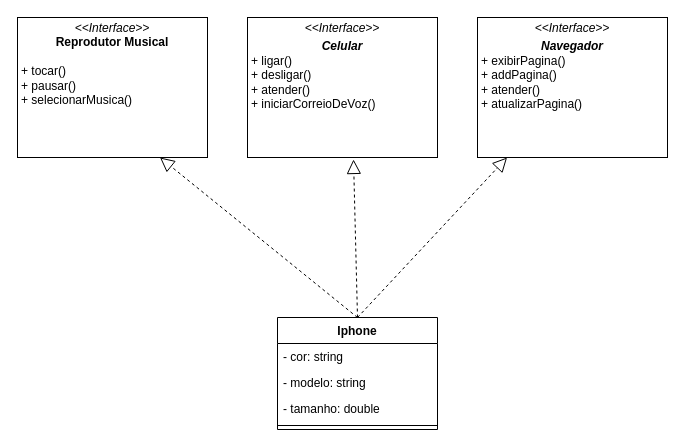
Earlier version of the draw.io diagram uml/ifhone.drawio (claudio-sr/ifhone-uml-dio). Source tidied: cells renumbered, new cells numbered last; positions are measured from the earlier drawing's top-left corner, leaving out a move shared by most shapes. Both pictures are drawn from the tidied source at 100%, with x=0, y=0 at pixel (17, 17).
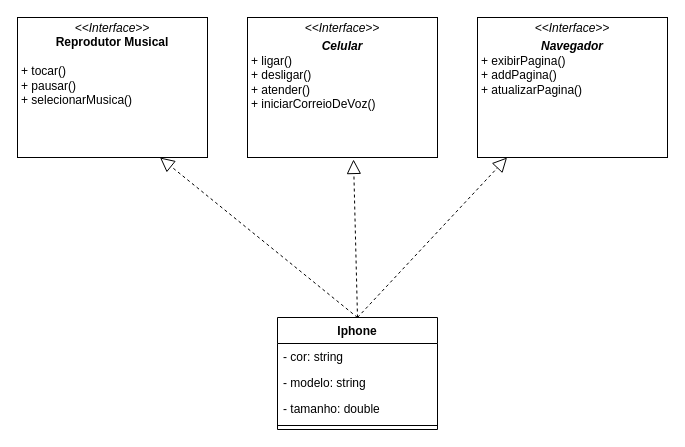
The same page after the edit.

Commit message (it also covers changes not shown here):
add uml img

What changed in the source:
```diff
@@
 <mxGraphModel>
   <root>
     <mxCell id="0" />
     <mxCell id="1" parent="0" />
     <mxCell id="2" value="&lt;p style=&quot;margin:0px;margin-top:4px;text-align:center;&quot;&gt;&lt;i&gt;&amp;lt;&amp;lt;Interface&amp;gt;&amp;gt;&lt;/i&gt;&lt;br&gt;&lt;b&gt;Reprodutor Musical&lt;/b&gt;&lt;/p&gt;&lt;p style=&quot;margin:0px;margin-left:4px;&quot;&gt;&lt;br&gt;&lt;/p&gt;&lt;p style=&quot;margin:0px;margin-left:4px;&quot;&gt;+ tocar()&lt;br&gt;+ pausar()&lt;/p&gt;&lt;p style=&quot;margin:0px;margin-left:4px;&quot;&gt;+ selecionarMusica()&lt;/p&gt;" style="verticalAlign=top;align=left;overflow=fill;fontSize=12;fontFamily=Helvetica;html=1;" parent="1" vertex="1">
       <mxGeometry width="190" height="140" as="geometry" />
     </mxCell>
     <mxCell id="3" value="&lt;p style=&quot;margin:0px;margin-top:4px;text-align:center;&quot;&gt;&lt;i&gt;&amp;lt;&amp;lt;Interface&amp;gt;&amp;gt;&lt;/i&gt;&lt;br&gt;&lt;/p&gt;&lt;p style=&quot;margin:0px;margin-top:4px;text-align:center;&quot;&gt;&lt;b&gt;&lt;i&gt;Celular&lt;/i&gt;&lt;/b&gt;&lt;/p&gt;&lt;p style=&quot;margin:0px;margin-left:4px;&quot;&gt;+ ligar()&lt;br&gt;+ desligar()&lt;/p&gt;&lt;p style=&quot;margin:0px;margin-left:4px;&quot;&gt;+ atender()&lt;/p&gt;&lt;p style=&quot;margin:0px;margin-left:4px;&quot;&gt;+ iniciarCorreioDeVoz()&lt;/p&gt;" style="verticalAlign=top;align=left;overflow=fill;fontSize=12;fontFamily=Helvetica;html=1;" parent="1" vertex="1">
       <mxGeometry x="230" width="190" height="140" as="geometry" />
     </mxCell>
-    <mxCell id="4" value="&lt;p style=&quot;margin:0px;margin-top:4px;text-align:center;&quot;&gt;&lt;i&gt;&amp;lt;&amp;lt;Interface&amp;gt;&amp;gt;&lt;/i&gt;&lt;br&gt;&lt;/p&gt;&lt;p style=&quot;margin:0px;margin-top:4px;text-align:center;&quot;&gt;&lt;b&gt;&lt;i&gt;Navegador&lt;/i&gt;&lt;/b&gt;&lt;/p&gt;&lt;p style=&quot;margin:0px;margin-left:4px;&quot;&gt;+ exibirPagina()&lt;br&gt;+ addPagina()&lt;/p&gt;&lt;p style=&quot;margin:0px;margin-left:4px;&quot;&gt;+ atender()&lt;/p&gt;&lt;p style=&quot;margin:0px;margin-left:4px;&quot;&gt;+ atualizarPagina()&lt;/p&gt;" style="verticalAlign=top;align=left;overflow=fill;fontSize=12;fontFamily=Helvetica;html=1;" parent="1" vertex="1">
+    <mxCell id="4" value="&lt;p style=&quot;margin:0px;margin-top:4px;text-align:center;&quot;&gt;&lt;i&gt;&amp;lt;&amp;lt;Interface&amp;gt;&amp;gt;&lt;/i&gt;&lt;br&gt;&lt;/p&gt;&lt;p style=&quot;margin:0px;margin-top:4px;text-align:center;&quot;&gt;&lt;b&gt;&lt;i&gt;Navegador&lt;/i&gt;&lt;/b&gt;&lt;/p&gt;&lt;p style=&quot;margin:0px;margin-left:4px;&quot;&gt;+ exibirPagina()&lt;br&gt;+ addPagina()&lt;/p&gt;&lt;p style=&quot;margin:0px;margin-left:4px;&quot;&gt;+ atualizarPagina()&lt;/p&gt;" style="verticalAlign=top;align=left;overflow=fill;fontSize=12;fontFamily=Helvetica;html=1;" parent="1" vertex="1">
       <mxGeometry x="460" width="190" height="140" as="geometry" />
     </mxCell>
     <mxCell id="5" value="Iphone" style="swimlane;fontStyle=1;align=center;verticalAlign=top;horizontal=1;startSize=26;" parent="1" vertex="1">
       <mxGeometry x="260" y="300" width="160" height="112" as="geometry" />
     </mxCell>
     <mxCell id="6" value="- cor: string" style="text;strokeColor=none;fillColor=none;align=left;verticalAlign=top;spacingLeft=4;spacingRight=4;overflow=hidden;" parent="5" vertex="1">
       <mxGeometry y="26" width="160" height="26" as="geometry" />
     </mxCell>
     <mxCell id="7" value="- modelo: string" style="text;strokeColor=none;fillColor=none;align=left;verticalAlign=top;spacingLeft=4;spacingRight=4;overflow=hidden;" parent="5" vertex="1">
       <mxGeometry y="52" width="160" height="26" as="geometry" />
     </mxCell>
     <mxCell id="8" value="- tamanho: double" style="text;strokeColor=none;fillColor=none;align=left;verticalAlign=top;spacingLeft=4;spacingRight=4;overflow=hidden;" parent="5" vertex="1">
       <mxGeometry y="78" width="160" height="26" as="geometry" />
     </mxCell>
     <mxCell id="9" style="line;strokeWidth=1;fillColor=none;align=left;verticalAlign=middle;spacingTop=-1;spacingLeft=3;spacingRight=3;labelPosition=right;strokeColor=inherit;" parent="5" vertex="1">
       <mxGeometry y="104" width="160" height="8" as="geometry" />
     </mxCell>
     <mxCell id="10" style="endArrow=block;dashed=1;endFill=0;endSize=12;html=1;entryX=0.75;entryY=1;entryDx=0;entryDy=0;" parent="1" edge="1" target="2">
       <mxGeometry relative="1" as="geometry">
         <mxPoint x="340" y="300" as="sourcePoint" />
       </mxGeometry>
     </mxCell>
     <mxCell id="11" style="endArrow=block;dashed=1;endFill=0;endSize=12;html=1;entryX=0.558;entryY=1.014;entryDx=0;entryDy=0;entryPerimeter=0;" parent="1" edge="1" target="3">
       <mxGeometry relative="1" as="geometry">
         <mxPoint x="340" y="300" as="sourcePoint" />
       </mxGeometry>
     </mxCell>
     <mxCell id="12" style="endArrow=block;dashed=1;endFill=0;endSize=12;html=1;" parent="1" edge="1" target="4">
       <mxGeometry relative="1" as="geometry">
         <mxPoint x="340" y="300" as="sourcePoint" />
       </mxGeometry>
     </mxCell>
   </root>
 </mxGraphModel>
```
